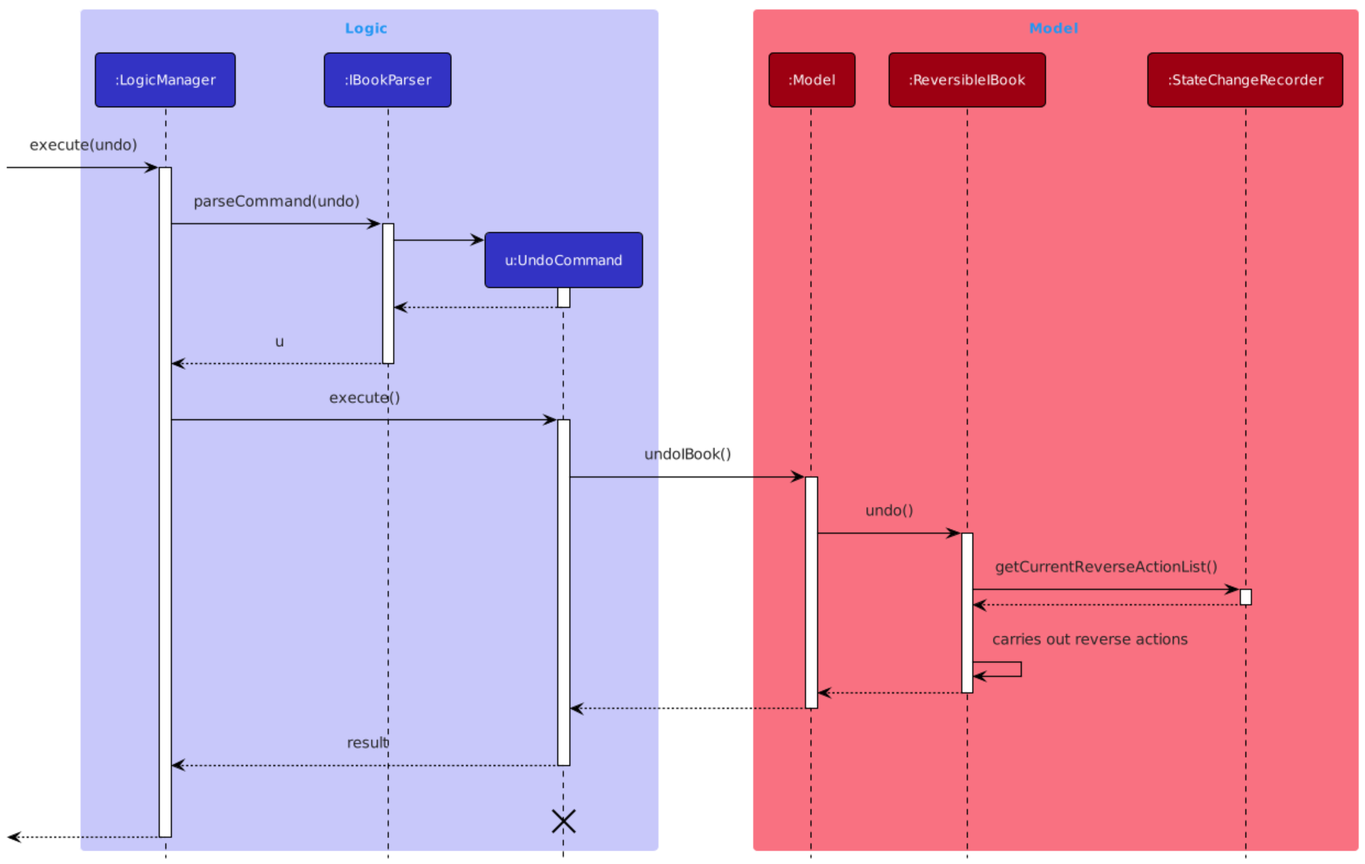
nus-cs2103-AY2122S2/tp keeps this PlantUML diagram as docs/images/UndoSequenceDiagram.png. Above is the earlier version. Its source is kept beside it as docs/diagrams/UndoSequenceDiagram.puml.
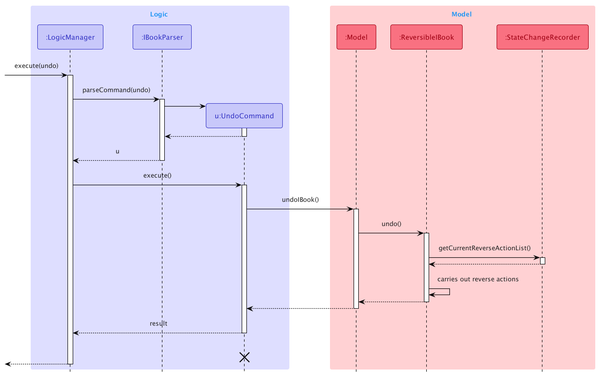
The same file after the commit.

What changed in the source:
```diff
@@ -1,17 +1,19 @@
 @startuml
-!include style.puml
+!include Style.puml
+!include SequenceStyle.puml
 
-box Logic LOGIC_COLOR_T1
-participant ":LogicManager" as LogicManager LOGIC_COLOR
-participant ":IBookParser" as IBookParser LOGIC_COLOR
-participant "u:UndoCommand" as UndoCommand LOGIC_COLOR
+box Logic LOGIC_COLOR_LIGHT
+participant ":LogicManager" as LogicManager<<Logic>>
+participant ":IBookParser" as IBookParser<<Logic>>
+participant "u:UndoCommand" as UndoCommand<<Logic>>
 end box
 
-box Model MODEL_COLOR_T1
-participant ":Model" as Model MODEL_COLOR
-participant ":ReversibleIBook" as ReversibleIBook MODEL_COLOR
-participant ":StateChangeRecorder" as StateChangeRecorder MODEL_COLOR
+box Model MODEL_COLOR_LIGHT
+participant ":Model" as Model<<Model>>
+participant ":ReversibleIBook" as ReversibleIBook<<Model>>
+participant ":StateChangeRecorder" as StateChangeRecorder<<Model>>
 end box
+
 [-> LogicManager : execute(undo)
 activate LogicManager
 
```
